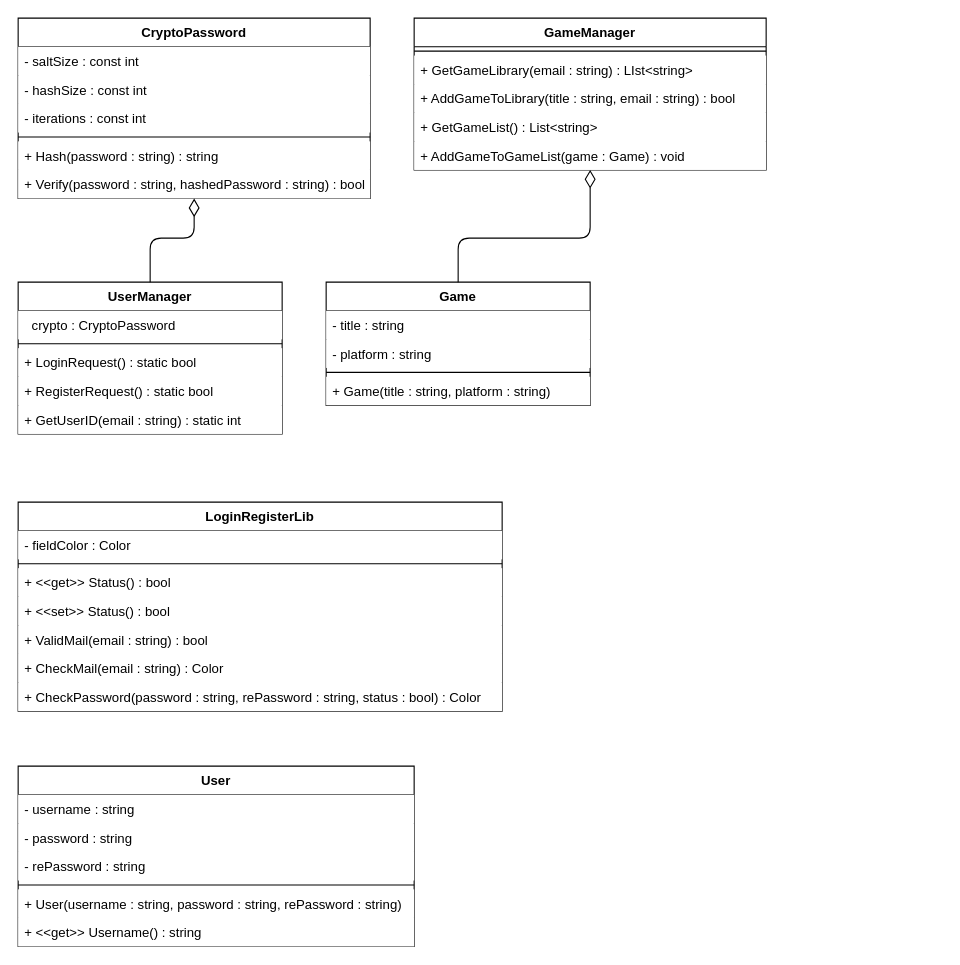
LouisRichard/GameLibrary keeps this draw.io diagram as page "DataManager" (2 of 4) of Documentation/Diagrams/SP3_ClassDiagrams.drawio. Above is the earlier version. Source tidied: cells renumbered, new cells numbered last; positions are measured from the earlier drawing's top-left corner, leaving out a move shared by most shapes. Both pictures are drawn from the tidied source at 110%, with x=0, y=0 at pixel (18, 18).
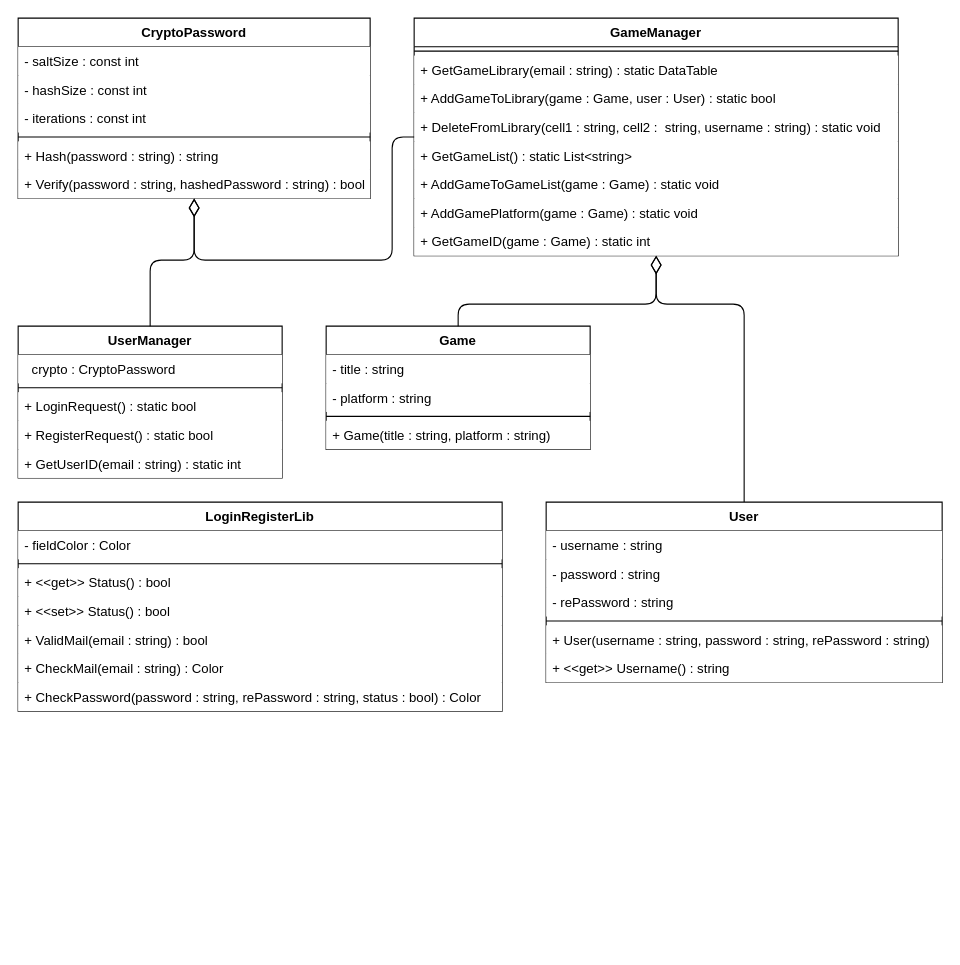
The same page after the edit.

Unchanged cells that the change refers to:
```xml
<mxCell id="2" value="CryptoPassword" style="swimlane;fontStyle=1;align=center;verticalAlign=top;horizontal=1;startSize=26;fillColor=#ffffff;" parent="1" vertex="1">
  <mxGeometry width="320" height="164" as="geometry" />
</mxCell>
<mxCell id="8" value="+ Verify(password : string, hashedPassword : string) : bool" style="text;strokeColor=none;fillColor=#ffffff;align=left;verticalAlign=top;spacingLeft=4;spacingRight=4;overflow=hidden;points=[[0,0.5],[1,0.5]];portConstraint=eastwest;" parent="2" vertex="1">
  <mxGeometry y="138" width="320" height="26" as="geometry" />
</mxCell>
```

What changed in the source:
```diff
@@
     <mxCell id="9" value="GameManager" style="swimlane;fontStyle=1;align=center;verticalAlign=top;horizontal=1;startSize=26;fillColor=#ffffff;" parent="1" vertex="1">
-      <mxGeometry x="360" width="320" height="138" as="geometry" />
+      <mxGeometry x="360" width="440" height="216" as="geometry" />
     </mxCell>
     <mxCell id="10" style="line;strokeWidth=1;fillColor=#ffffff;align=left;verticalAlign=middle;spacingTop=-1;spacingLeft=3;spacingRight=3;labelPosition=right;" parent="9" vertex="1">
-      <mxGeometry y="26" width="320" height="8" as="geometry" />
+      <mxGeometry y="26" width="440" height="8" as="geometry" />
     </mxCell>
-    <mxCell id="11" value="+ GetGameLibrary(email : string) : LIst&lt;string&gt;" style="text;strokeColor=none;fillColor=#ffffff;align=left;verticalAlign=top;spacingLeft=4;spacingRight=4;overflow=hidden;" parent="9" vertex="1">
-      <mxGeometry y="34" width="320" height="26" as="geometry" />
+    <mxCell id="11" value="+ GetGameLibrary(email : string) : static DataTable" style="text;strokeColor=none;fillColor=#ffffff;align=left;verticalAlign=top;spacingLeft=4;spacingRight=4;overflow=hidden;" parent="9" vertex="1">
+      <mxGeometry y="34" width="440" height="26" as="geometry" />
     </mxCell>
-    <mxCell id="12" value="+ AddGameToLibrary(title : string, email : string) : bool" style="text;strokeColor=none;fillColor=#ffffff;align=left;verticalAlign=top;spacingLeft=4;spacingRight=4;overflow=hidden;" parent="9" vertex="1">
-      <mxGeometry y="60" width="320" height="26" as="geometry" />
+    <mxCell id="12" value="+ AddGameToLibrary(game : Game, user : User) : static bool" style="text;strokeColor=none;fillColor=#ffffff;align=left;verticalAlign=top;spacingLeft=4;spacingRight=4;overflow=hidden;" parent="9" vertex="1">
+      <mxGeometry y="60" width="440" height="26" as="geometry" />
     </mxCell>
+    <mxCell id="43" value="+ DeleteFromLibrary(cell1 : string, cell2 :  string, username : string) : static void" style="text;strokeColor=none;fillColor=#ffffff;align=left;verticalAlign=top;spacingLeft=4;spacingRight=4;overflow=hidden;" parent="9" vertex="1">
+      <mxGeometry y="86" width="440" height="26" as="geometry" />
+    </mxCell>
-    <mxCell id="13" value="+ GetGameList() : List&lt;string&gt;" style="text;strokeColor=none;fillColor=#ffffff;align=left;verticalAlign=top;spacingLeft=4;spacingRight=4;overflow=hidden;" parent="9" vertex="1">
-      <mxGeometry y="86" width="320" height="26" as="geometry" />
+    <mxCell id="13" value="+ GetGameList() : static List&lt;string&gt;" style="text;strokeColor=none;fillColor=#ffffff;align=left;verticalAlign=top;spacingLeft=4;spacingRight=4;overflow=hidden;" parent="9" vertex="1">
+      <mxGeometry y="112" width="440" height="26" as="geometry" />
     </mxCell>
-    <mxCell id="14" value="+ AddGameToGameList(game : Game) : void" style="text;strokeColor=none;fillColor=#ffffff;align=left;verticalAlign=top;spacingLeft=4;spacingRight=4;overflow=hidden;" parent="9" vertex="1">
-      <mxGeometry y="112" width="320" height="26" as="geometry" />
+    <mxCell id="14" value="+ AddGameToGameList(game : Game) : static void" style="text;strokeColor=none;fillColor=#ffffff;align=left;verticalAlign=top;spacingLeft=4;spacingRight=4;overflow=hidden;" parent="9" vertex="1">
+      <mxGeometry y="138" width="440" height="26" as="geometry" />
     </mxCell>
+    <mxCell id="44" value="+ AddGamePlatform(game : Game) : static void " style="text;strokeColor=none;fillColor=#ffffff;align=left;verticalAlign=top;spacingLeft=4;spacingRight=4;overflow=hidden;" parent="9" vertex="1">
+      <mxGeometry y="164" width="440" height="26" as="geometry" />
+    </mxCell>
+    <mxCell id="45" value="+ GetGameID(game : Game) : static int" style="text;strokeColor=none;fillColor=#ffffff;align=left;verticalAlign=top;spacingLeft=4;spacingRight=4;overflow=hidden;" parent="9" vertex="1">
+      <mxGeometry y="190" width="440" height="26" as="geometry" />
+    </mxCell>
+    <mxCell id="46" style="edgeStyle=orthogonalEdgeStyle;rounded=1;jettySize=auto;html=1;exitX=0.5;exitY=0;exitDx=0;exitDy=0;entryX=0.5;entryY=1;entryDx=0;entryDy=0;endArrow=diamondThin;endFill=0;endSize=14;startSize=14;" parent="1" edge="1" source="15" target="9">
+      <mxGeometry relative="1" as="geometry">
+        <Array as="points">
+          <mxPoint x="660" y="260" />
+          <mxPoint x="580" y="260" />
+        </Array>
+      </mxGeometry>
+    </mxCell>
     <mxCell id="15" value="User" style="swimlane;fontStyle=1;align=center;verticalAlign=top;horizontal=1;startSize=26;fillColor=#ffffff;" parent="1" vertex="1">
-      <mxGeometry y="680" width="360" height="164" as="geometry" />
+      <mxGeometry x="480" y="440" width="360" height="164" as="geometry" />
     </mxCell>
@@
     <mxCell id="22" value="Game" style="swimlane;fontStyle=1;align=center;verticalAlign=top;horizontal=1;startSize=26;fillColor=#ffffff;" parent="1" vertex="1">
-      <mxGeometry x="280" y="240" width="240" height="112" as="geometry" />
+      <mxGeometry x="280" y="280" width="240" height="112" as="geometry" />
     </mxCell>
@@
     <mxCell id="35" value="UserManager" style="swimlane;fontStyle=1;align=center;verticalAlign=top;horizontal=1;startSize=26;fillColor=#ffffff;" parent="1" vertex="1">
-      <mxGeometry y="240" width="240" height="138" as="geometry" />
+      <mxGeometry y="280" width="240" height="138" as="geometry" />
     </mxCell>
@@
-    <mxCell id="41" style="endArrow=none;html=1;endSize=12;startArrow=diamondThin;startSize=14;startFill=0;edgeStyle=orthogonalEdgeStyle;align=left;verticalAlign=bottom;endFill=0;entryX=0.5;entryY=0;entryDx=0;entryDy=0;exitX=0.5;exitY=1;exitDx=0;exitDy=0;" parent="1" edge="1" source="2" target="35">
+    <mxCell id="41" style="endArrow=none;html=1;endSize=12;startArrow=diamondThin;startSize=14;startFill=0;edgeStyle=orthogonalEdgeStyle;align=left;verticalAlign=bottom;endFill=0;entryX=0.5;entryY=0;entryDx=0;entryDy=0;" parent="1" edge="1" source="8" target="35">
       <mxGeometry x="1" y="-32" relative="1" as="geometry">
         <Array as="points">
-          <mxPoint x="160" y="200" />
-          <mxPoint x="120" y="200" />
+          <mxPoint x="160" y="220" />
+          <mxPoint x="120" y="220" />
         </Array>
         <mxPoint x="30" y="-22" as="offset" />
       </mxGeometry>
     </mxCell>
     <mxCell id="42" style="endArrow=none;html=1;endSize=12;startArrow=diamondThin;startSize=14;startFill=0;edgeStyle=orthogonalEdgeStyle;align=left;verticalAlign=bottom;endFill=0;entryX=0.5;entryY=0;entryDx=0;entryDy=0;exitX=0.5;exitY=1;exitDx=0;exitDy=0;" parent="1" edge="1" source="9" target="22">
       <mxGeometry x="1" y="-32" relative="1" as="geometry">
         <Array as="points">
-          <mxPoint x="520" y="200" />
-          <mxPoint x="400" y="200" />
+          <mxPoint x="580" y="260" />
+          <mxPoint x="400" y="260" />
         </Array>
         <mxPoint x="30" y="-22" as="offset" />
       </mxGeometry>
     </mxCell>
+    <mxCell id="47" style="endArrow=none;html=1;endSize=12;startArrow=diamondThin;startSize=14;startFill=0;edgeStyle=orthogonalEdgeStyle;align=left;verticalAlign=bottom;endFill=0;entryX=0;entryY=0.5;entryDx=0;entryDy=0;exitX=0.5;exitY=1;exitDx=0;exitDy=0;" parent="1" edge="1" source="2" target="9">
+      <mxGeometry x="1" y="-32" relative="1" as="geometry">
+        <Array as="points">
+          <mxPoint x="160" y="220" />
+          <mxPoint x="340" y="220" />
+          <mxPoint x="340" y="108" />
+        </Array>
+        <mxPoint x="30" y="-22" as="offset" />
+      </mxGeometry>
+    </mxCell>
```
